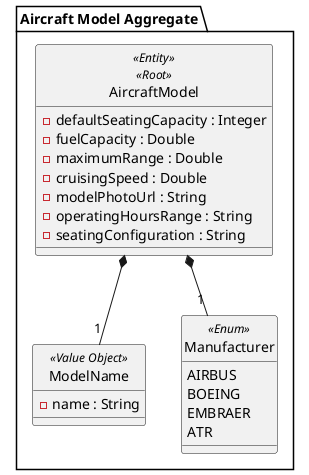
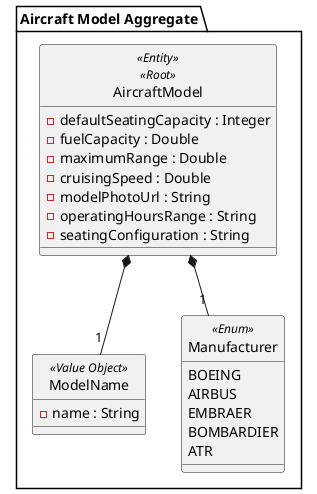
@startuml
skinparam style strictuml

package "Aircraft Model Aggregate" {
    class AircraftModel <<Entity>> <<Root>> {
        - defaultSeatingCapacity : Integer
        - fuelCapacity : Double
        - maximumRange : Double
        - cruisingSpeed : Double
        - modelPhotoUrl : String
        - operatingHoursRange : String
        - seatingConfiguration : String
    }

    class ModelName <<Value Object>> {
        - name : String
    }

    enum Manufacturer <<Enum>> {
+         BOEING
        AIRBUS
-         BOEING
        EMBRAER
+         BOMBARDIER
        ATR
    }

    AircraftModel *-- "1" ModelName
    AircraftModel *-- "1" Manufacturer
}
@enduml